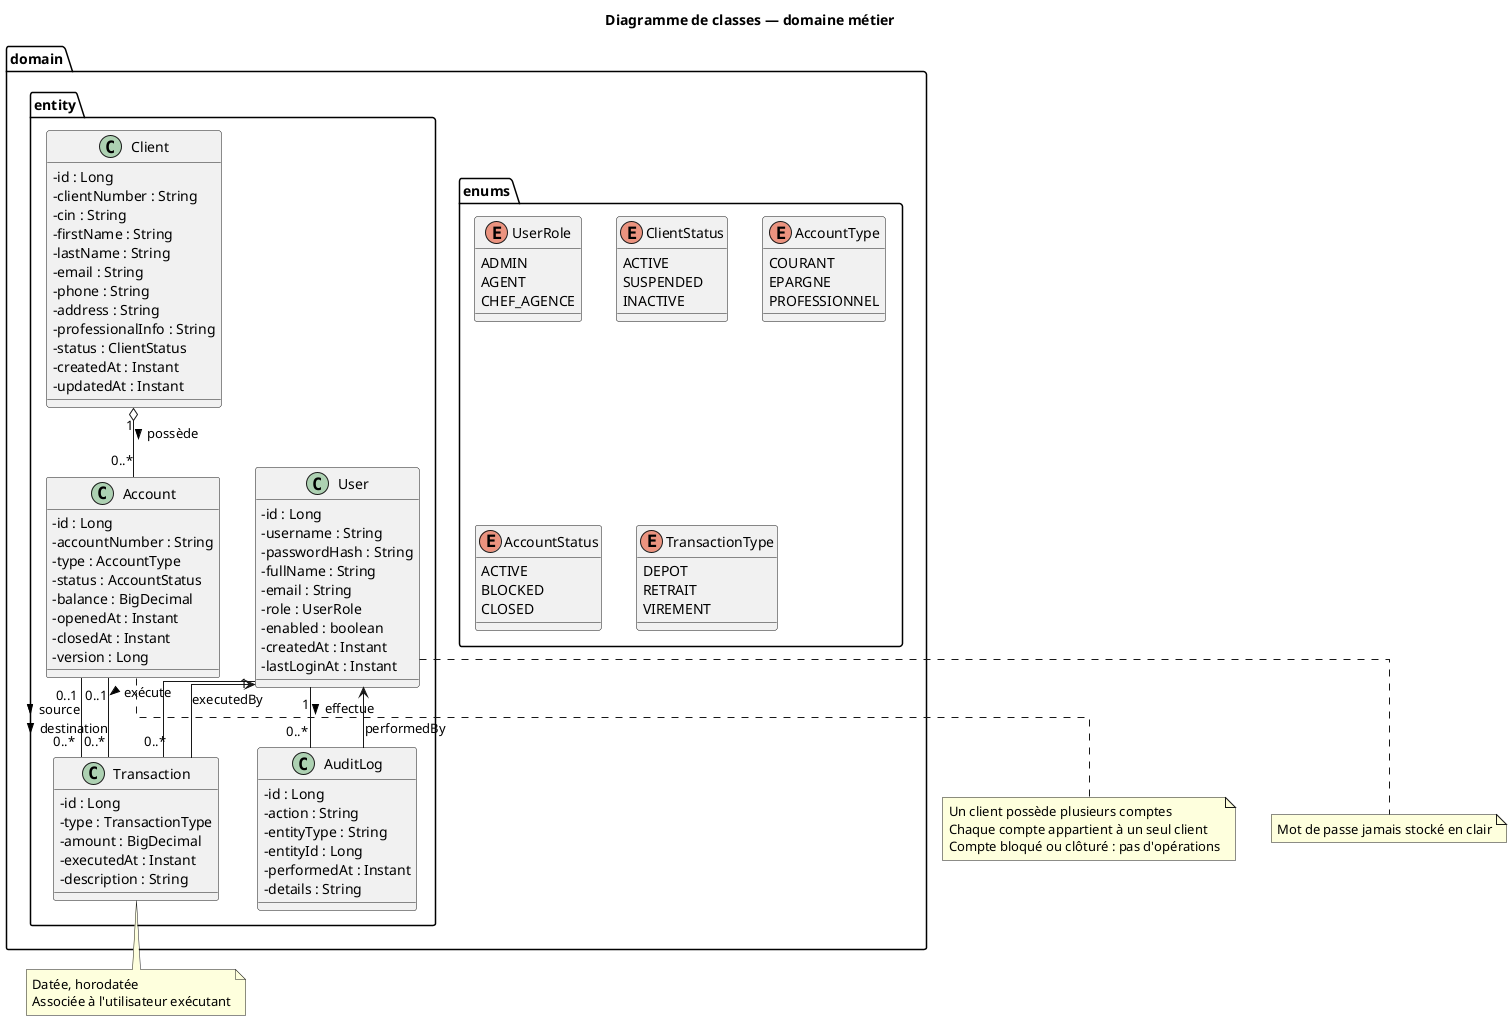
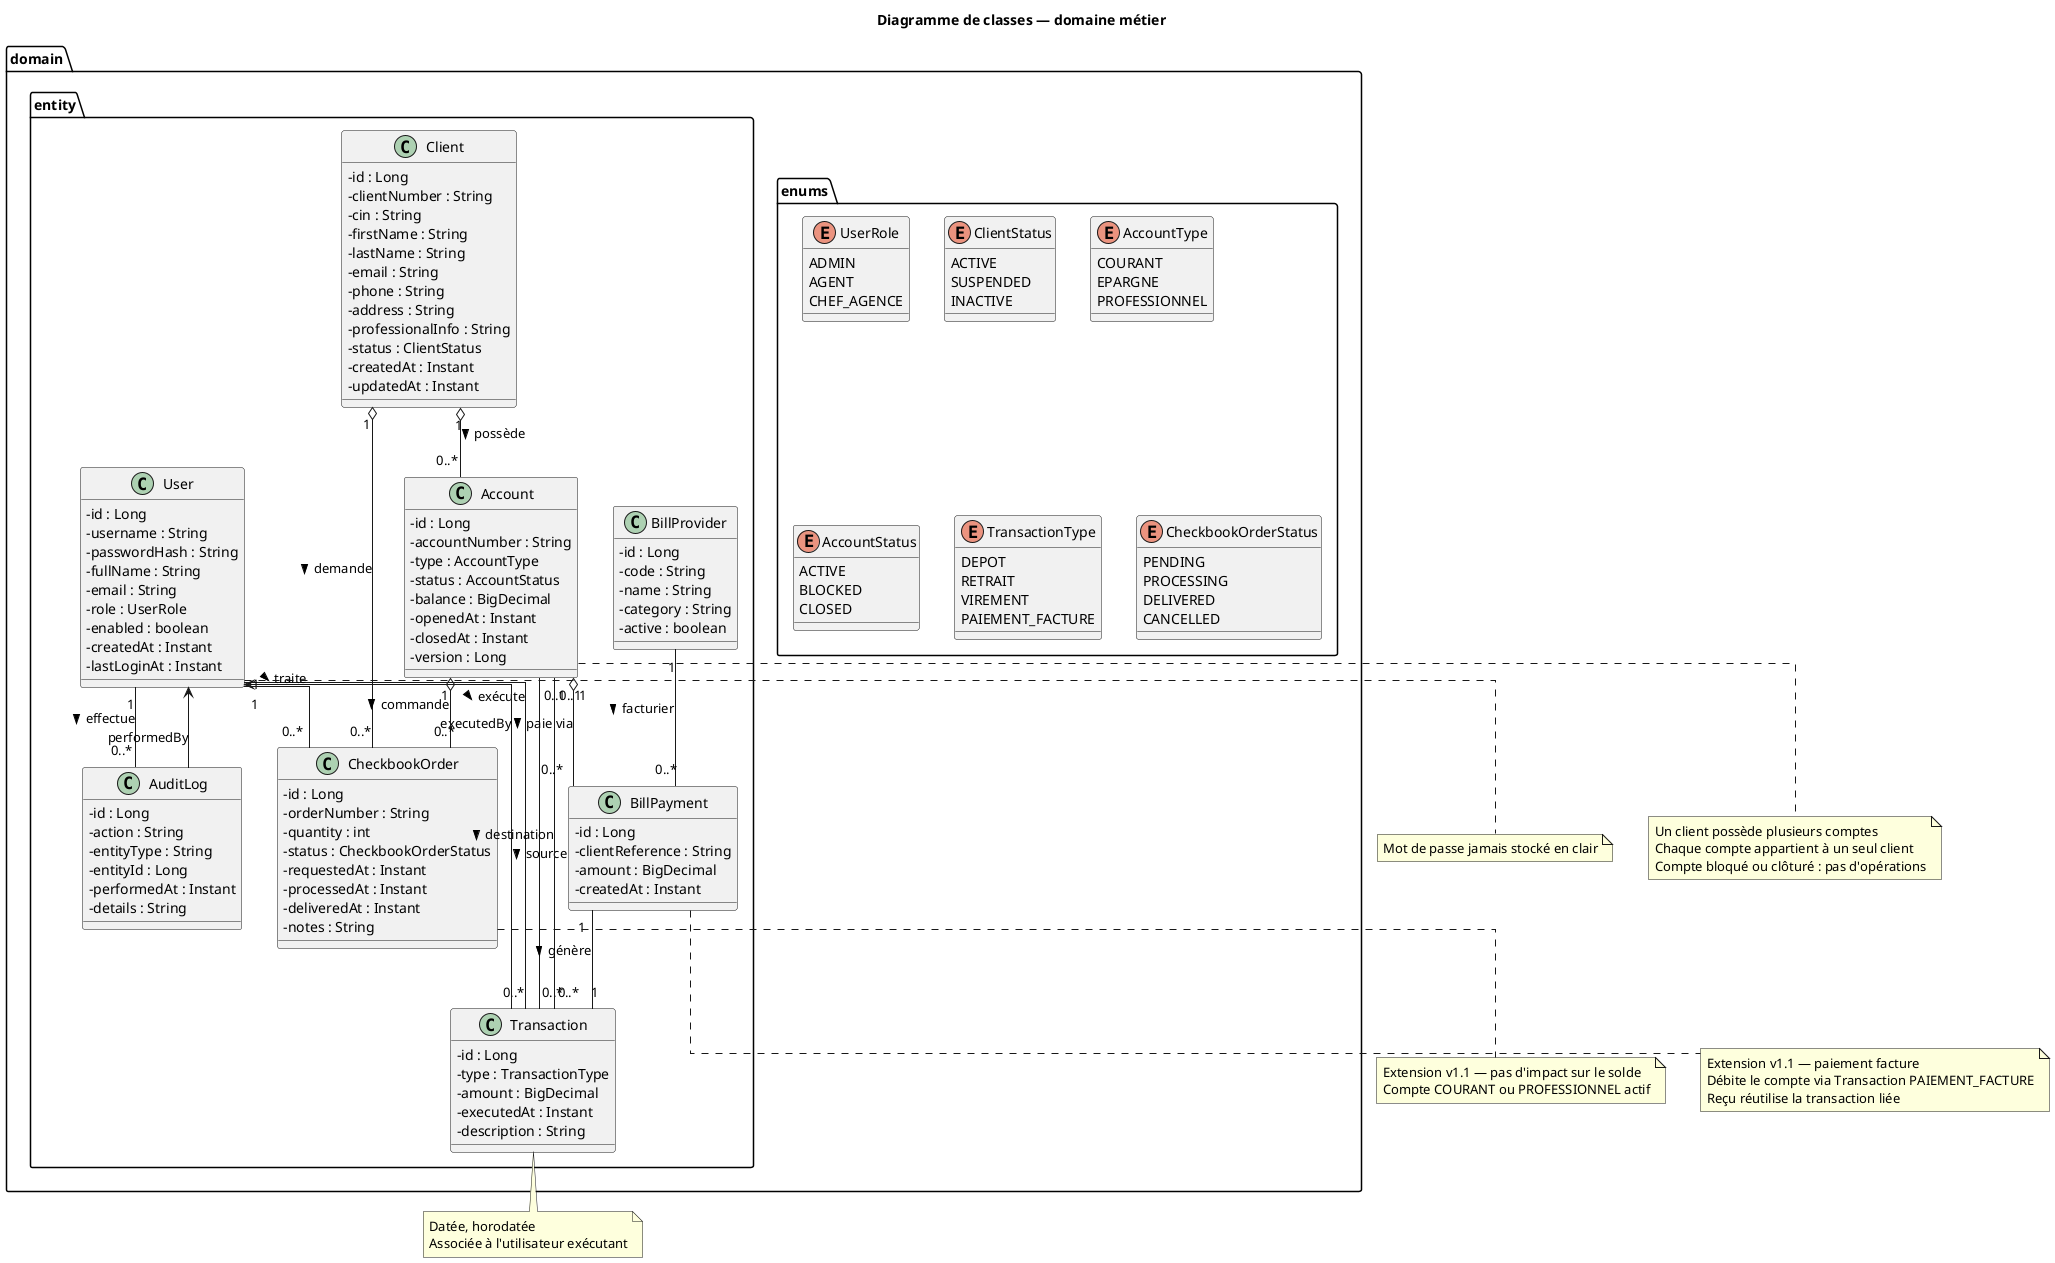
@startuml diagramme-classes
skinparam shadowing false
skinparam classAttributeIconSize 0
skinparam linetype ortho

title Diagramme de classes — domaine métier

package "domain.enums" {
  enum UserRole {
    ADMIN
    AGENT
    CHEF_AGENCE
  }
  enum ClientStatus {
    ACTIVE
    SUSPENDED
    INACTIVE
  }
  enum AccountType {
    COURANT
    EPARGNE
    PROFESSIONNEL
  }
  enum AccountStatus {
    ACTIVE
    BLOCKED
    CLOSED
  }
  enum TransactionType {
    DEPOT
    RETRAIT
    VIREMENT
+     PAIEMENT_FACTURE
+   }
+   enum CheckbookOrderStatus {
+     PENDING
+     PROCESSING
+     DELIVERED
+     CANCELLED
  }
}

package "domain.entity" {

  class User {
    - id : Long
    - username : String
    - passwordHash : String
    - fullName : String
    - email : String
    - role : UserRole
    - enabled : boolean
    - createdAt : Instant
    - lastLoginAt : Instant
  }

  class Client {
    - id : Long
    - clientNumber : String
    - cin : String
    - firstName : String
    - lastName : String
    - email : String
    - phone : String
    - address : String
    - professionalInfo : String
    - status : ClientStatus
    - createdAt : Instant
    - updatedAt : Instant
  }

  class Account {
    - id : Long
    - accountNumber : String
    - type : AccountType
    - status : AccountStatus
    - balance : BigDecimal
    - openedAt : Instant
    - closedAt : Instant
    - version : Long
  }

  class Transaction {
    - id : Long
    - type : TransactionType
    - amount : BigDecimal
    - executedAt : Instant
    - description : String
  }

+   class BillProvider {
+     - id : Long
+     - code : String
+     - name : String
+     - category : String
+     - active : boolean
+   }
+ 
+   class BillPayment {
+     - id : Long
+     - clientReference : String
+     - amount : BigDecimal
+     - createdAt : Instant
+   }
+ 
+   class CheckbookOrder {
+     - id : Long
+     - orderNumber : String
+     - quantity : int
+     - status : CheckbookOrderStatus
+     - requestedAt : Instant
+     - processedAt : Instant
+     - deliveredAt : Instant
+     - notes : String
+   }
+ 
  class AuditLog {
    - id : Long
    - action : String
    - entityType : String
    - entityId : Long
    - performedAt : Instant
    - details : String
  }
}

Client "1" o-- "0..*" Account : possède >
+ Client "1" o-- "0..*" CheckbookOrder : demande >
User "1" -- "0..*" Transaction : exécute >
+ User "1" -- "0..*" CheckbookOrder : traite >
User "1" -- "0..*" AuditLog : effectue >
Account "0..1" -- "0..*" Transaction : source >
Account "0..1" -- "0..*" Transaction : destination >
- 
+ Account "1" o-- "0..*" BillPayment : paie via >
+ Account "1" o-- "0..*" CheckbookOrder : commande >
+ BillProvider "1" -- "0..*" BillPayment : facturier >
+ BillPayment "1" -- "1" Transaction : génère >
Transaction --> User : executedBy
AuditLog --> User : performedBy

note bottom of Account
  Un client possède plusieurs comptes
  Chaque compte appartient à un seul client
  Compte bloqué ou clôturé : pas d'opérations
+ end note
+ 
+ note bottom of BillPayment
+   Extension v1.1 — paiement facture
+   Débite le compte via Transaction PAIEMENT_FACTURE
+   Reçu réutilise la transaction liée
+ end note
+ 
+ note bottom of CheckbookOrder
+   Extension v1.1 — pas d'impact sur le solde
+   Compte COURANT ou PROFESSIONNEL actif
end note

note bottom of Transaction
  Datée, horodatée
  Associée à l'utilisateur exécutant
end note

note bottom of User
  Mot de passe jamais stocké en clair
end note

@enduml
